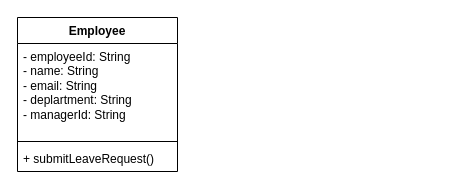
Before: UML Diagram/WDDemo.drawio in prakashbtech87/aaaaaaaaaaaPrakashDrawIORepo, a draw.io diagram. Source tidied: cells renumbered, new cells numbered last; positions are measured from the earlier drawing's top-left corner, leaving out a move shared by most shapes. Both pictures are drawn from the tidied source at 100%, with x=0, y=0 at pixel (17, 17).
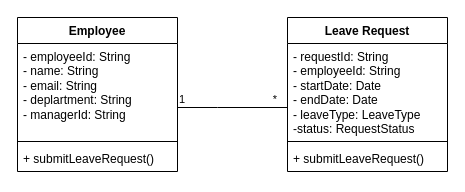
The same page after the edit.

Diff of the diagram source:
```diff
@@
 <mxGraphModel>
   <root>
     <mxCell id="0" />
     <mxCell id="1" parent="0" />
     <mxCell id="2" value="Employee" style="swimlane;fontStyle=1;align=center;verticalAlign=top;horizontal=1;startSize=26;whiteSpace=wrap;html=1;" parent="1" vertex="1">
       <mxGeometry width="160" height="154" as="geometry" />
     </mxCell>
     <mxCell id="3" value="- employeeId: String&lt;div&gt;- name: String&lt;br&gt;- email: String&lt;br&gt;- deplartment: String&lt;br&gt;- managerId: String&lt;/div&gt;&lt;div&gt;&lt;br&gt;&lt;/div&gt;" style="text;strokeColor=none;fillColor=none;align=left;verticalAlign=top;spacingLeft=4;spacingRight=4;overflow=hidden;whiteSpace=wrap;html=1;" parent="2" vertex="1">
       <mxGeometry y="26" width="160" height="94" as="geometry" />
     </mxCell>
     <mxCell id="4" style="line;strokeWidth=1;fillColor=none;align=left;verticalAlign=middle;spacingTop=-1;spacingLeft=3;spacingRight=3;labelPosition=right;strokeColor=inherit;" parent="2" vertex="1">
       <mxGeometry y="120" width="160" height="8" as="geometry" />
     </mxCell>
     <mxCell id="5" value="+ submitLeaveRequest()" style="text;strokeColor=none;fillColor=none;align=left;verticalAlign=top;spacingLeft=4;spacingRight=4;overflow=hidden;whiteSpace=wrap;html=1;" parent="2" vertex="1">
       <mxGeometry y="128" width="160" height="26" as="geometry" />
     </mxCell>
+    <mxCell id="6" value="Leave Request" style="swimlane;fontStyle=1;align=center;verticalAlign=top;horizontal=1;startSize=26;whiteSpace=wrap;html=1;" parent="1" vertex="1">
+      <mxGeometry x="270" width="160" height="154" as="geometry" />
+    </mxCell>
+    <mxCell id="7" value="- requestId: String&lt;div&gt;- employeeId: String&lt;br&gt;- startDate: Date&lt;br&gt;- endDate: Date&lt;br&gt;- leaveType: LeaveType&lt;br&gt;-status: RequestStatus&lt;/div&gt;&lt;div&gt;&lt;br&gt;&lt;/div&gt;" style="text;strokeColor=none;fillColor=none;align=left;verticalAlign=top;spacingLeft=4;spacingRight=4;overflow=hidden;whiteSpace=wrap;html=1;" parent="6" vertex="1">
+      <mxGeometry y="26" width="160" height="94" as="geometry" />
+    </mxCell>
+    <mxCell id="8" style="line;strokeWidth=1;fillColor=none;align=left;verticalAlign=middle;spacingTop=-1;spacingLeft=3;spacingRight=3;labelPosition=right;strokeColor=inherit;" parent="6" vertex="1">
+      <mxGeometry y="120" width="160" height="8" as="geometry" />
+    </mxCell>
+    <mxCell id="9" value="+ submitLeaveRequest()" style="text;strokeColor=none;fillColor=none;align=left;verticalAlign=top;spacingLeft=4;spacingRight=4;overflow=hidden;whiteSpace=wrap;html=1;" parent="6" vertex="1">
+      <mxGeometry y="128" width="160" height="26" as="geometry" />
+    </mxCell>
+    <mxCell id="10" style="endArrow=none;html=1;edgeStyle=orthogonalEdgeStyle;rounded=0;" parent="1" edge="1">
+      <mxGeometry relative="1" as="geometry">
+        <mxPoint x="160" y="90" as="sourcePoint" />
+        <mxPoint x="270" y="90" as="targetPoint" />
+        <Array as="points">
+          <mxPoint x="200" y="90" />
+          <mxPoint x="200" y="90" />
+        </Array>
+      </mxGeometry>
+    </mxCell>
+    <mxCell id="11" value="1" style="edgeLabel;html=1;align=left;verticalAlign=bottom;" parent="10" vertex="1">
+      <mxGeometry x="-1" relative="1" as="geometry" />
+    </mxCell>
+    <mxCell id="12" value="*" style="edgeLabel;html=1;align=right;verticalAlign=bottom;" parent="10" vertex="1">
+      <mxGeometry x="1" relative="1" as="geometry">
+        <mxPoint x="-10" as="offset" />
+      </mxGeometry>
+    </mxCell>
   </root>
 </mxGraphModel>
```
